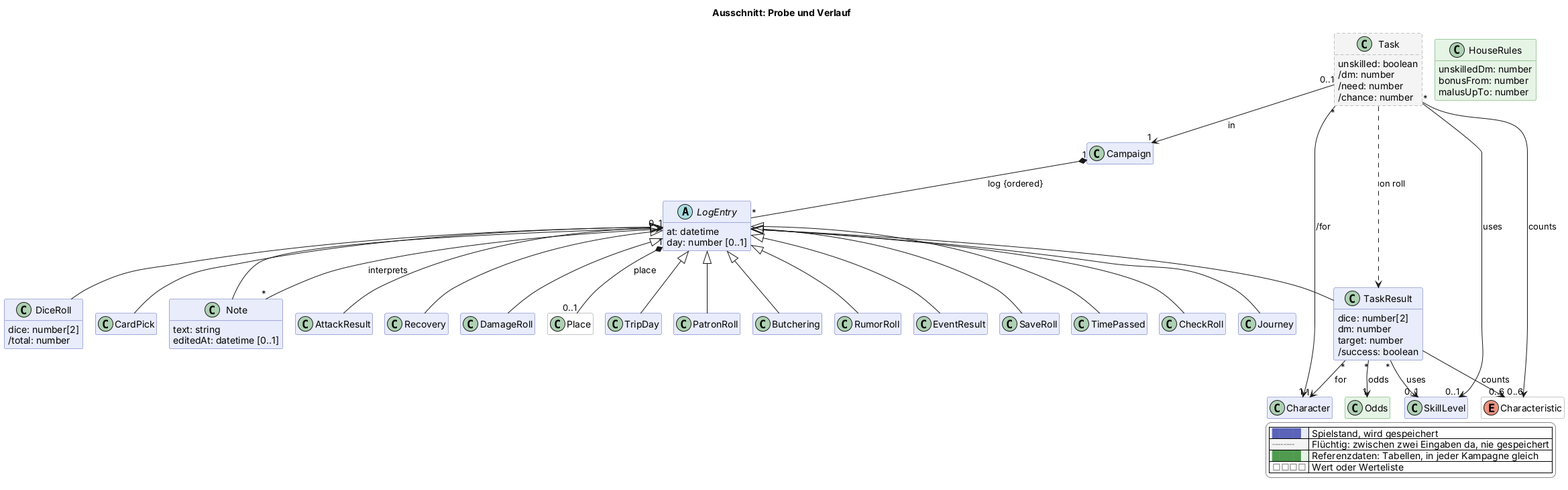
scuzzar/SRE keeps this PlantUML diagram as docs/views/probe.png. Above is the earlier version.
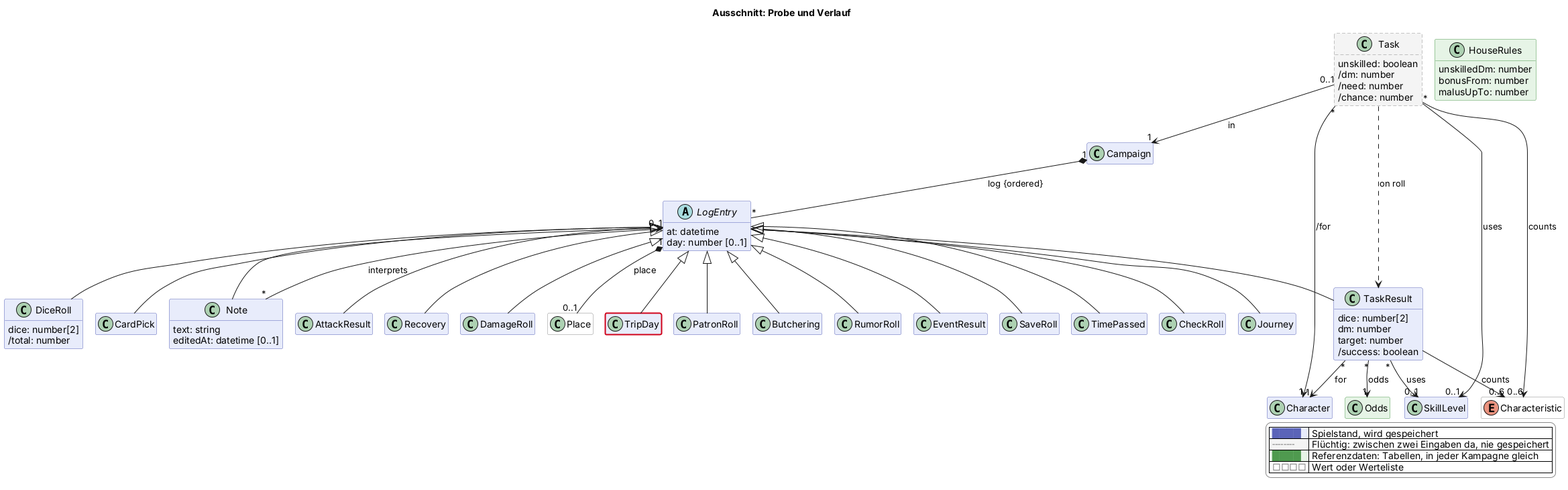
The same diagram one commit later.

Change to the diagram source:
```diff
@@ -168,4 +168,5 @@
   |<#e6f4e6> <color:#4f9a4f>████</color> | Referenzdaten: Tabellen, in jeder Kampagne gleich |
   |<#ffffff> <color:#8a8a8a>□□□□</color> | Wert oder Werteliste |
 endlegend
+class TripDay #line:d0021b;line.bold
 @enduml
```
